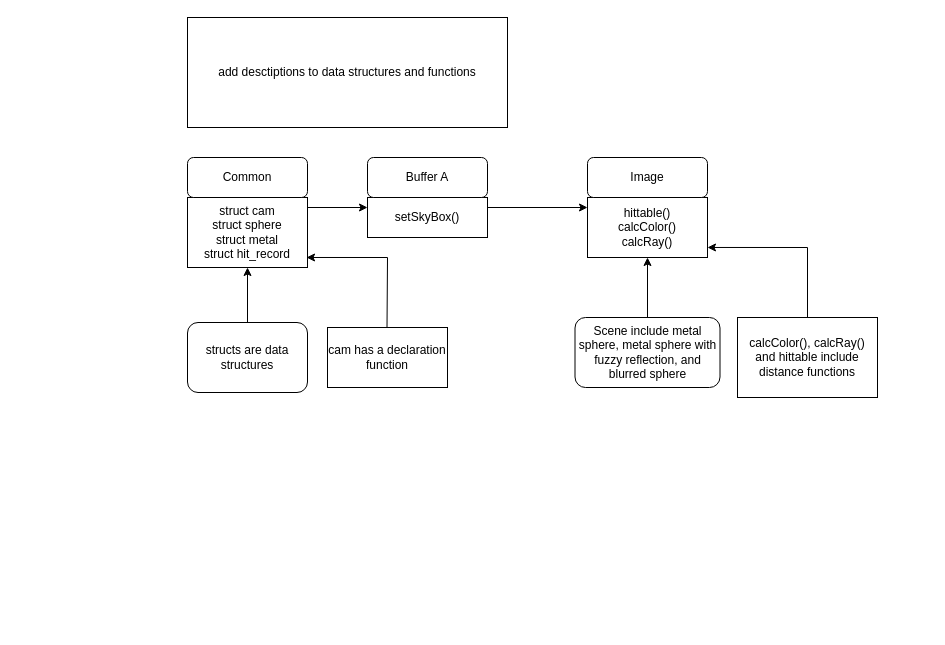
IanMelvin/GPRO-200-02-Repository keeps this draw.io diagram as UML_Diagram.drawio. Above is the earlier version. Source tidied: cells renumbered, new cells numbered last; positions are measured from the earlier drawing's top-left corner, leaving out a move shared by most shapes. Both pictures are drawn from the tidied source at 100%, with x=0, y=0 at pixel (187, 17).
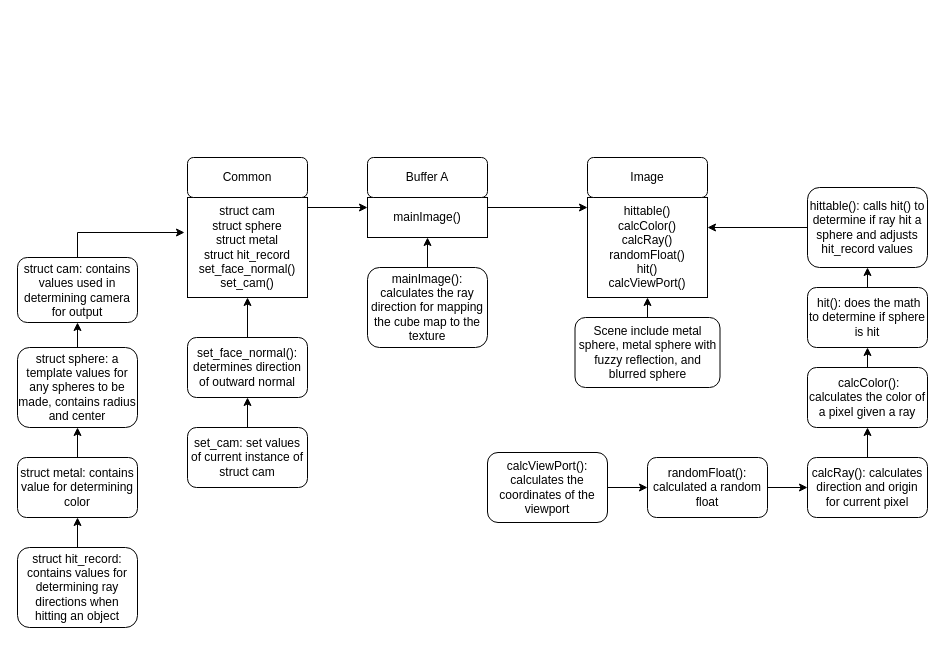
The same diagram, later.

Commit message:
Added the updated UML_diagram project file

The change refers to these unchanged cells:
```xml
<mxCell id="4" value="Scene include metal sphere, metal sphere with fuzzy reflection, and blurred sphere" style="rounded=1;whiteSpace=wrap;html=1;" parent="1" vertex="1">
  <mxGeometry x="387.5" y="300" width="145" height="70" as="geometry" />
</mxCell>
```

What changed in the source:
```diff
@@
-    <mxCell id="2" style="endArrow=classic;html=1;exitX=1;exitY=0.25;exitDx=0;exitDy=0;" parent="1" edge="1">
-      <mxGeometry relative="1" as="geometry">
-        <mxPoint x="300" y="190" as="sourcePoint" />
-        <mxPoint x="400" y="190" as="targetPoint" />
-      </mxGeometry>
-    </mxCell>
-    <mxCell id="3" style="endArrow=classic;html=1;entryX=0.5;entryY=1;entryDx=0;entryDy=0;exitX=0.5;exitY=0;exitDx=0;exitDy=0;" parent="1" edge="1" source="4" target="5">
-      <mxGeometry relative="1" as="geometry" />
-    </mxCell>
+    <mxCell id="21" style="endArrow=classic;html=1;exitX=1;exitY=0.25;exitDx=0;exitDy=0;" parent="1" edge="1">
+      <mxGeometry relative="1" as="geometry">
+        <mxPoint x="300" y="190" as="sourcePoint" />
+        <mxPoint x="400" y="190" as="targetPoint" />
+      </mxGeometry>
+    </mxCell>
+    <mxCell id="22" style="endArrow=classic;html=1;entryX=0.5;entryY=1;entryDx=0;entryDy=0;exitX=0.5;exitY=0;exitDx=0;exitDy=0;" parent="1" edge="1" source="4" target="23">
+      <mxGeometry relative="1" as="geometry" />
+    </mxCell>
@@
-    <mxCell id="5" value="&lt;div&gt;hittable()&lt;/div&gt;&lt;div&gt;calcColor()&lt;/div&gt;&lt;div&gt;calcRay()&lt;br&gt;&lt;/div&gt;" style="rounded=0;whiteSpace=wrap;html=1;" parent="1" vertex="1">
-      <mxGeometry x="400" y="180" width="120" height="60" as="geometry" />
-    </mxCell>
+    <mxCell id="23" value="&lt;div&gt;hittable()&lt;/div&gt;&lt;div&gt;calcColor()&lt;/div&gt;&lt;div&gt;calcRay()&lt;br&gt;&lt;/div&gt;&lt;div&gt;randomFloat()&lt;/div&gt;&lt;div&gt;hit()&lt;/div&gt;&lt;div&gt;calcViewPort()&lt;br&gt;&lt;/div&gt;" style="rounded=0;whiteSpace=wrap;html=1;" parent="1" vertex="1">
+      <mxGeometry x="400" y="180" width="120" height="100" as="geometry" />
+    </mxCell>
@@
-    <mxCell id="7" value="setSkyBox()" style="rounded=0;whiteSpace=wrap;html=1;" parent="1" vertex="1">
-      <mxGeometry x="180" y="180" width="120" height="40" as="geometry" />
-    </mxCell>
+    <mxCell id="24" value="mainImage()" style="rounded=0;whiteSpace=wrap;html=1;" parent="1" vertex="1">
+      <mxGeometry x="180" y="180" width="120" height="40" as="geometry" />
+    </mxCell>
@@
-    <mxCell id="9" style="endArrow=classic;html=1;entryX=0.5;entryY=1;entryDx=0;entryDy=0;exitX=0.5;exitY=0;exitDx=0;exitDy=0;" parent="1" edge="1" source="10" target="15">
-      <mxGeometry relative="1" as="geometry" />
-    </mxCell>
-    <mxCell id="10" value="structs are data structures" style="rounded=1;whiteSpace=wrap;html=1;" parent="1" vertex="1">
-      <mxGeometry y="305" width="120" height="70" as="geometry" />
-    </mxCell>
-    <mxCell id="11" style="endArrow=classic;html=1;entryX=1;entryY=0.833;entryDx=0;entryDy=0;entryPerimeter=0;" parent="1" edge="1" target="5">
-      <mxGeometry relative="1" as="geometry">
-        <mxPoint x="620" y="230" as="sourcePoint" />
-      </mxGeometry>
-    </mxCell>
-    <mxCell id="12" value="calcColor(), calcRay() and hittable include distance functions" style="rounded=0;whiteSpace=wrap;html=1;" parent="1" vertex="1">
-      <mxGeometry x="550" y="300" width="140" height="80" as="geometry" />
-    </mxCell>
-    <mxCell id="13" style="endArrow=none;html=1;exitX=0.5;exitY=0;exitDx=0;exitDy=0;" parent="1" edge="1" source="12">
-      <mxGeometry relative="1" as="geometry">
-        <mxPoint x="620" y="230" as="targetPoint" />
-      </mxGeometry>
-    </mxCell>
-    <mxCell id="14" style="endArrow=classic;html=1;entryX=0;entryY=0.25;entryDx=0;entryDy=0;" parent="1" edge="1" target="7">
-      <mxGeometry relative="1" as="geometry">
-        <mxPoint x="120" y="190" as="sourcePoint" />
-      </mxGeometry>
-    </mxCell>
-    <mxCell id="15" value="&lt;div&gt;struct cam&lt;/div&gt;&lt;div&gt;struct sphere&lt;/div&gt;&lt;div&gt;struct metal&lt;/div&gt;&lt;div&gt;struct hit_record&lt;br&gt;&lt;/div&gt;" style="rounded=0;whiteSpace=wrap;html=1;" parent="1" vertex="1">
-      <mxGeometry y="180" width="120" height="70" as="geometry" />
-    </mxCell>
+    <mxCell id="25" style="endArrow=classic;html=1;exitX=0;exitY=0.5;exitDx=0;exitDy=0;" parent="1" edge="1" source="43">
+      <mxGeometry relative="1" as="geometry">
+        <mxPoint x="520" y="210" as="targetPoint" />
+      </mxGeometry>
+    </mxCell>
+    <mxCell id="26" style="endArrow=classic;html=1;entryX=0;entryY=0.25;entryDx=0;entryDy=0;" parent="1" edge="1" target="24">
+      <mxGeometry relative="1" as="geometry">
+        <mxPoint x="120" y="190" as="sourcePoint" />
+      </mxGeometry>
+    </mxCell>
+    <mxCell id="27" value="&lt;div&gt;struct cam&lt;/div&gt;&lt;div&gt;struct sphere&lt;/div&gt;&lt;div&gt;struct metal&lt;/div&gt;&lt;div&gt;struct hit_record&lt;br&gt;&lt;/div&gt;&lt;div&gt;set_face_normal()&lt;/div&gt;&lt;div&gt;set_cam()&lt;br&gt;&lt;/div&gt;" style="rounded=0;whiteSpace=wrap;html=1;" parent="1" vertex="1">
+      <mxGeometry y="180" width="120" height="100" as="geometry" />
+    </mxCell>
@@
-    <mxCell id="17" style="endArrow=classic;html=1;entryX=0.992;entryY=0.857;entryDx=0;entryDy=0;entryPerimeter=0;" parent="1" edge="1" target="15">
-      <mxGeometry relative="1" as="geometry">
-        <mxPoint x="200" y="240" as="sourcePoint" />
-      </mxGeometry>
-    </mxCell>
-    <mxCell id="18" value="cam has a declaration function" style="rounded=0;whiteSpace=wrap;html=1;" parent="1" vertex="1">
-      <mxGeometry x="140" y="310" width="120" height="60" as="geometry" />
-    </mxCell>
-    <mxCell id="19" style="endArrow=none;html=1;" parent="1" edge="1">
-      <mxGeometry relative="1" as="geometry">
-        <mxPoint x="199.5" y="310" as="sourcePoint" />
-        <mxPoint x="200" y="240" as="targetPoint" />
-      </mxGeometry>
-    </mxCell>
-    <mxCell id="20" value="add desctiptions to data structures and functions" style="rounded=0;whiteSpace=wrap;html=1;" parent="1" vertex="1">
-      <mxGeometry width="320" height="110" as="geometry" />
-    </mxCell>
+    <mxCell id="28" style="endArrow=classic;html=1;" parent="1" edge="1">
+      <mxGeometry relative="1" as="geometry">
+        <mxPoint x="-110" y="215" as="sourcePoint" />
+        <mxPoint x="-3" y="215" as="targetPoint" />
+      </mxGeometry>
+    </mxCell>
+    <mxCell id="29" style="endArrow=none;html=1;" parent="1" edge="1">
+      <mxGeometry relative="1" as="geometry">
+        <mxPoint x="-110" y="240" as="sourcePoint" />
+        <mxPoint x="-110" y="215" as="targetPoint" />
+      </mxGeometry>
+    </mxCell>
+    <mxCell id="30" value="struct cam: contains values used in determining camera for output" style="rounded=1;whiteSpace=wrap;html=1;" parent="1" vertex="1">
+      <mxGeometry x="-170" y="240" width="120" height="65" as="geometry" />
+    </mxCell>
+    <mxCell id="31" style="endArrow=classic;html=1;entryX=0.5;entryY=1;entryDx=0;entryDy=0;" parent="1" edge="1" source="36" target="30">
+      <mxGeometry relative="1" as="geometry" />
+    </mxCell>
+    <mxCell id="32" style="endArrow=classic;html=1;entryX=0.5;entryY=1;entryDx=0;entryDy=0;exitX=0.5;exitY=0;exitDx=0;exitDy=0;" parent="1" edge="1" source="33" target="36">
+      <mxGeometry relative="1" as="geometry" />
+    </mxCell>
+    <mxCell id="33" value="struct metal: contains value for determining color" style="rounded=1;whiteSpace=wrap;html=1;" parent="1" vertex="1">
+      <mxGeometry x="-170" y="440" width="120" height="60" as="geometry" />
+    </mxCell>
+    <mxCell id="34" style="endArrow=classic;html=1;entryX=0.5;entryY=1;entryDx=0;entryDy=0;exitX=0.5;exitY=0;exitDx=0;exitDy=0;" parent="1" edge="1" source="35" target="33">
+      <mxGeometry relative="1" as="geometry" />
+    </mxCell>
+    <mxCell id="35" value="struct hit_record: contains values for determining ray directions when hitting an object" style="rounded=1;whiteSpace=wrap;html=1;" parent="1" vertex="1">
+      <mxGeometry x="-170" y="530" width="120" height="80" as="geometry" />
+    </mxCell>
+    <mxCell id="36" value="struct sphere: a template values for any spheres to be made, contains radius and center" style="rounded=1;whiteSpace=wrap;html=1;" parent="1" vertex="1">
+      <mxGeometry x="-170" y="330" width="120" height="80" as="geometry" />
+    </mxCell>
+    <mxCell id="37" style="endArrow=classic;html=1;entryX=0.5;entryY=1;entryDx=0;entryDy=0;" parent="1" edge="1" target="24">
+      <mxGeometry relative="1" as="geometry">
+        <mxPoint x="240" y="250" as="sourcePoint" />
+      </mxGeometry>
+    </mxCell>
+    <mxCell id="38" value="mainImage(): calculates the ray direction for mapping the cube map to the texture" style="rounded=1;whiteSpace=wrap;html=1;" parent="1" vertex="1">
+      <mxGeometry x="180" y="250" width="120" height="80" as="geometry" />
+    </mxCell>
+    <mxCell id="39" style="endArrow=classic;html=1;entryX=0.5;entryY=1;entryDx=0;entryDy=0;" parent="1" edge="1" target="27">
+      <mxGeometry relative="1" as="geometry">
+        <mxPoint x="60" y="320" as="sourcePoint" />
+      </mxGeometry>
+    </mxCell>
+    <mxCell id="40" value="&lt;div&gt;set_face_normal(): &lt;br&gt;&lt;/div&gt;&lt;div&gt;determines direction of outward normal&lt;br&gt;&lt;/div&gt;" style="rounded=1;whiteSpace=wrap;html=1;" parent="1" vertex="1">
+      <mxGeometry y="320" width="120" height="60" as="geometry" />
+    </mxCell>
+    <mxCell id="41" style="endArrow=classic;html=1;entryX=0.5;entryY=1;entryDx=0;entryDy=0;" parent="1" edge="1" target="40">
+      <mxGeometry relative="1" as="geometry">
+        <mxPoint x="60" y="410" as="sourcePoint" />
+      </mxGeometry>
+    </mxCell>
+    <mxCell id="42" value="set_cam: set values of current instance of struct cam" style="rounded=1;whiteSpace=wrap;html=1;" parent="1" vertex="1">
+      <mxGeometry y="410" width="120" height="60" as="geometry" />
+    </mxCell>
+    <mxCell id="43" value="hittable(): calls hit() to determine if ray hit a sphere and adjusts hit_record values " style="rounded=1;whiteSpace=wrap;html=1;" parent="1" vertex="1">
+      <mxGeometry x="620" y="170" width="120" height="80" as="geometry" />
+    </mxCell>
+    <mxCell id="44" style="endArrow=classic;html=1;entryX=0.5;entryY=1;entryDx=0;entryDy=0;" parent="1" edge="1" target="43">
+      <mxGeometry relative="1" as="geometry">
+        <mxPoint x="680" y="270" as="sourcePoint" />
+      </mxGeometry>
+    </mxCell>
+    <mxCell id="45" value="&amp;nbsp;hit(): does the math to determine if sphere is hit " style="rounded=1;whiteSpace=wrap;html=1;" parent="1" vertex="1">
+      <mxGeometry x="620" y="270" width="120" height="60" as="geometry" />
+    </mxCell>
+    <mxCell id="46" style="endArrow=classic;html=1;entryX=0.5;entryY=1;entryDx=0;entryDy=0;" parent="1" edge="1" target="45">
+      <mxGeometry relative="1" as="geometry">
+        <mxPoint x="680" y="350" as="sourcePoint" />
+      </mxGeometry>
+    </mxCell>
+    <mxCell id="47" value="&amp;nbsp;calcColor(): calculates the color of a pixel given a ray" style="rounded=1;whiteSpace=wrap;html=1;" parent="1" vertex="1">
+      <mxGeometry x="620" y="350" width="120" height="60" as="geometry" />
+    </mxCell>
+    <mxCell id="48" style="endArrow=classic;html=1;entryX=0.5;entryY=1;entryDx=0;entryDy=0;" parent="1" edge="1" target="47">
+      <mxGeometry relative="1" as="geometry">
+        <mxPoint x="680" y="440" as="sourcePoint" />
+      </mxGeometry>
+    </mxCell>
+    <mxCell id="49" value="calcRay(): calculates direction and origin for current pixel" style="rounded=1;whiteSpace=wrap;html=1;" parent="1" vertex="1">
+      <mxGeometry x="620" y="440" width="120" height="60" as="geometry" />
+    </mxCell>
+    <mxCell id="50" value="randomFloat(): calculated a random float" style="rounded=1;whiteSpace=wrap;html=1;" parent="1" vertex="1">
+      <mxGeometry x="460" y="440" width="120" height="60" as="geometry" />
+    </mxCell>
+    <mxCell id="51" style="endArrow=classic;html=1;entryX=0;entryY=0.5;entryDx=0;entryDy=0;" parent="1" edge="1" target="49">
+      <mxGeometry relative="1" as="geometry">
+        <mxPoint x="580" y="470" as="sourcePoint" />
+      </mxGeometry>
+    </mxCell>
+    <mxCell id="52" style="endArrow=classic;html=1;entryX=0;entryY=0.5;entryDx=0;entryDy=0;" parent="1" edge="1" target="50">
+      <mxGeometry relative="1" as="geometry">
+        <mxPoint x="420" y="470" as="sourcePoint" />
+      </mxGeometry>
+    </mxCell>
+    <mxCell id="53" value="calcViewPort(): calculates the coordinates of the viewport" style="rounded=1;whiteSpace=wrap;html=1;" parent="1" vertex="1">
+      <mxGeometry x="300" y="435" width="120" height="70" as="geometry" />
+    </mxCell>
```
